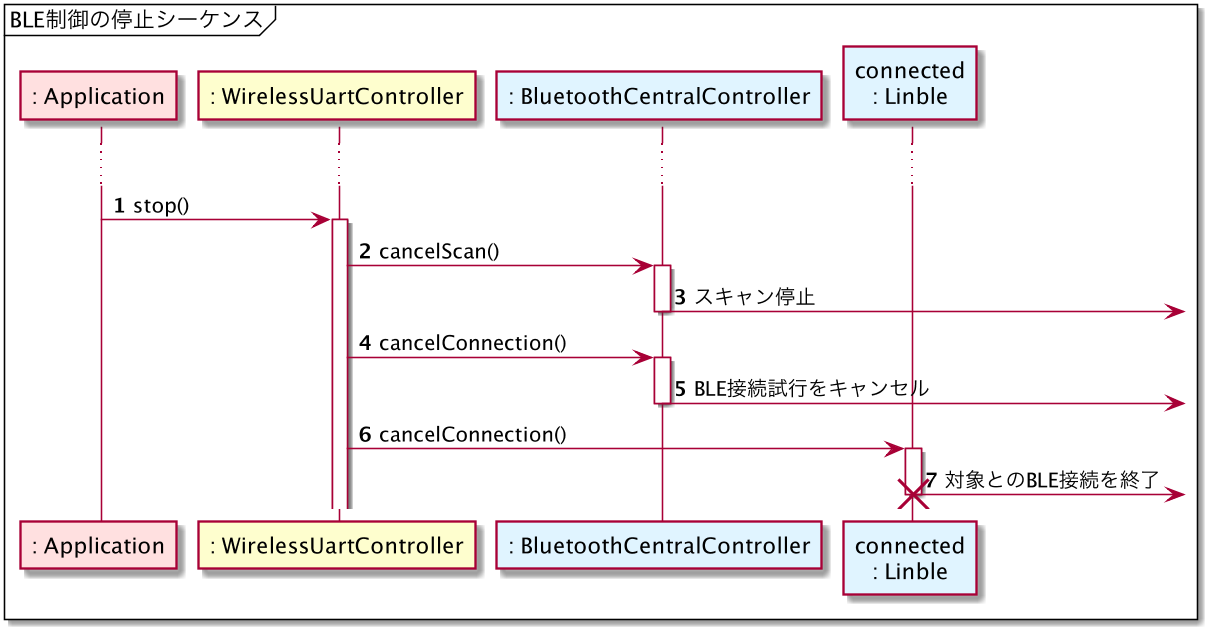
The PlantUML diagram out/plantuml/sequence_stop.png in musen-connect-inc/linble-sample-wireless-uart, before a commit.
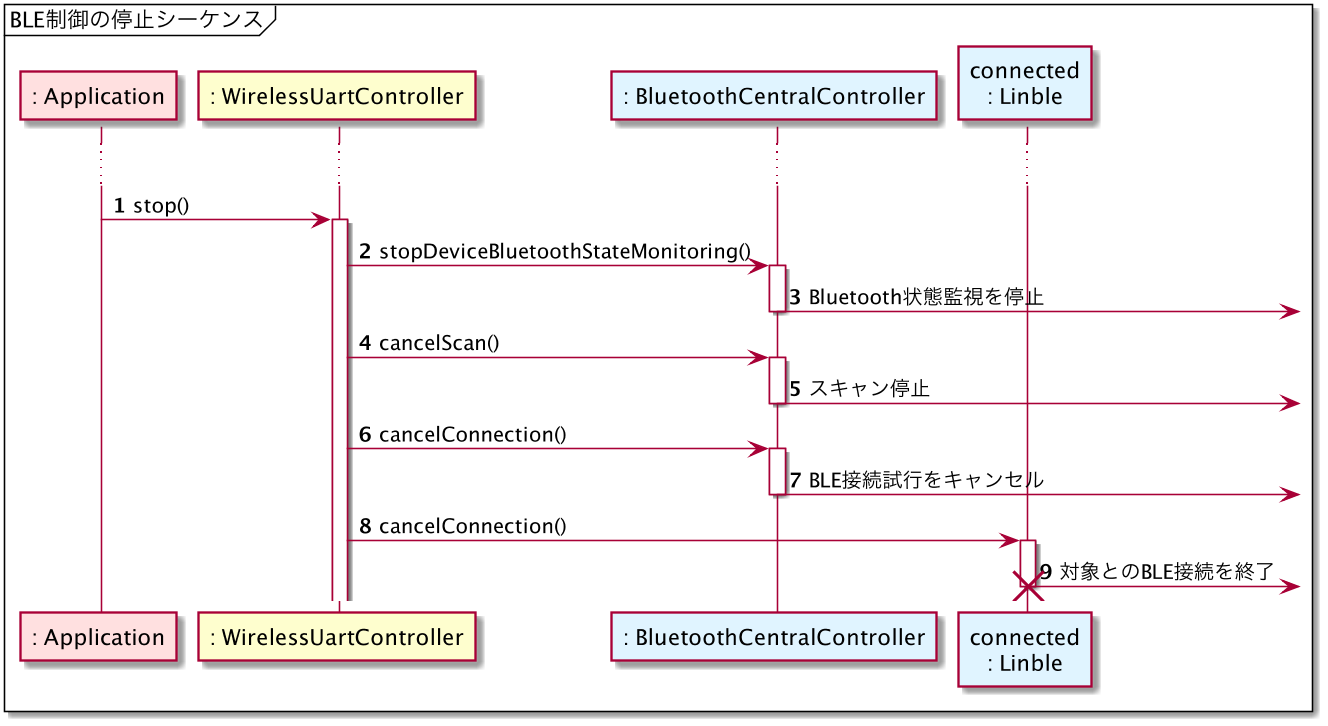
After the change.

Change to the diagram source:
```diff
@@ -15,6 +15,11 @@
 Application -> WirelessUartController: stop()
 activate WirelessUartController
 
+WirelessUartController -> BluetoothCentralController: stopDeviceBluetoothStateMonitoring()
+activate BluetoothCentralController
+BluetoothCentralController ->]: Bluetooth状態監視を停止
+deactivate BluetoothCentralController
+
 WirelessUartController -> BluetoothCentralController: cancelScan()
 activate BluetoothCentralController
 BluetoothCentralController ->]: スキャン停止
```
